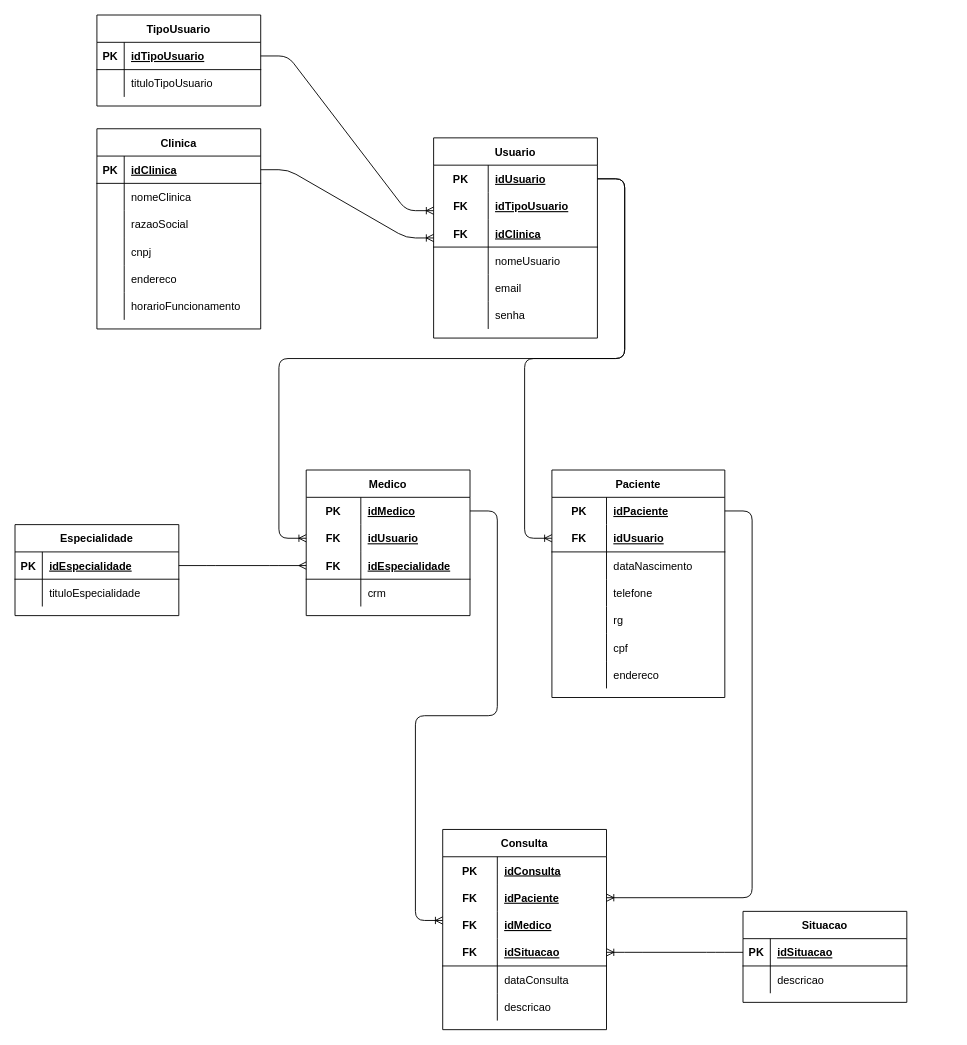
The draw.io diagram page "LÓGICO" (2 of 2) of Banco de Dados/Modelagem/SP-Medical-Group.drawio in Anny-Pereira/Projeto_SP_Medical_Group, before the edit. Source tidied: cells renumbered, new cells numbered last; positions are measured from the earlier drawing's top-left corner, leaving out a move shared by most shapes. Both pictures are drawn from the tidied source at 91%, with x=0, y=0 at pixel (15, 15).
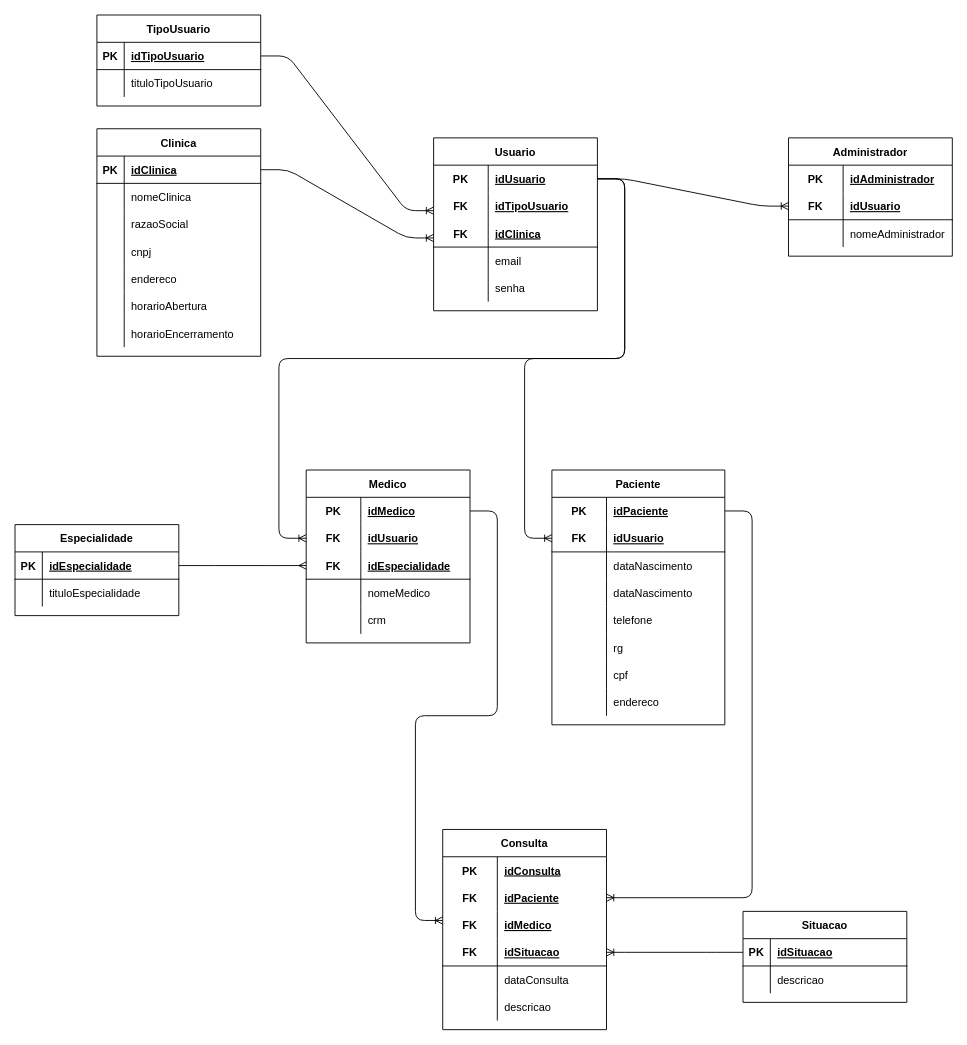
The same diagram, later.

The change refers to these unchanged cells:
```xml
<mxCell id="24" style="shape=partialRectangle;fillColor=none;top=0;left=0;bottom=0;right=0;points=[[0,0.5],[1,0.5]];portConstraint=eastwest;" parent="23" vertex="1">
  <mxGeometry y="30" width="180" height="30" as="geometry" />
</mxCell>
<mxCell id="58" style="shape=partialRectangle;fillColor=none;top=0;left=0;bottom=0;right=0;" parent="42" vertex="1">
  <mxGeometry y="180" width="180" height="30" as="geometry" />
</mxCell>
<mxCell id="93" style="shape=partialRectangle;fillColor=none;top=0;left=0;bottom=0;right=0;" parent="83" vertex="1">
  <mxGeometry y="120" width="180" height="30" as="geometry" />
</mxCell>
```

The edit, as a diff of the source:
```diff
@@
     <mxCell id="23" value="Usuario" style="shape=table;startSize=30;childLayout=tableLayout;rowLines=0;fontStyle=1;align=center;" parent="1" vertex="1">
-      <mxGeometry x="460" y="135" width="180" height="220" as="geometry" />
+      <mxGeometry x="460" y="135" width="180" height="190" as="geometry" />
     </mxCell>
@@
-    <mxCell id="33" style="shape=partialRectangle;fillColor=none;top=0;left=0;bottom=0;right=0;" parent="23" vertex="1">
-      <mxGeometry y="120" width="180" height="30" as="geometry" />
-    </mxCell>
-    <mxCell id="34" style="shape=partialRectangle;fillColor=none;top=0;left=0;bottom=0;right=0;overflow=hidden;" parent="33" vertex="1">
-      <mxGeometry width="60" height="30" as="geometry" />
-    </mxCell>
-    <mxCell id="35" value="nomeUsuario" style="shape=partialRectangle;fillColor=none;top=0;left=0;bottom=0;right=0;align=left;spacingLeft=6;overflow=hidden;" parent="33" vertex="1">
-      <mxGeometry x="60" width="120" height="30" as="geometry" />
-    </mxCell>
     <mxCell id="36" style="shape=partialRectangle;fillColor=none;top=0;left=0;bottom=0;right=0;" parent="23" vertex="1">
-      <mxGeometry y="150" width="180" height="30" as="geometry" />
+      <mxGeometry y="120" width="180" height="30" as="geometry" />
     </mxCell>
@@
     <mxCell id="39" style="shape=partialRectangle;fillColor=none;top=0;left=0;bottom=0;right=0;" parent="23" vertex="1">
-      <mxGeometry y="180" width="180" height="30" as="geometry" />
+      <mxGeometry y="150" width="180" height="30" as="geometry" />
     </mxCell>
@@
     <mxCell id="42" value="Clinica" style="shape=table;startSize=30;childLayout=tableLayout;rowLines=0;fontStyle=1;align=center;" parent="1" vertex="1">
-      <mxGeometry x="90" y="125" width="180" height="220" as="geometry" />
+      <mxGeometry x="90" y="125" width="180" height="250" as="geometry" />
     </mxCell>
@@
-    <mxCell id="60" value="horarioFuncionamento" style="shape=partialRectangle;fillColor=none;top=0;left=0;bottom=0;right=0;align=left;spacingLeft=6;overflow=hidden;" parent="58" vertex="1">
+    <mxCell id="60" value="horarioAbertura" style="shape=partialRectangle;fillColor=none;top=0;left=0;bottom=0;right=0;align=left;spacingLeft=6;overflow=hidden;" parent="58" vertex="1">
       <mxGeometry x="30" width="150" height="30" as="geometry" />
     </mxCell>
+    <mxCell id="123" style="shape=partialRectangle;fillColor=none;top=0;left=0;bottom=0;right=0;" parent="42" vertex="1">
+      <mxGeometry y="210" width="180" height="30" as="geometry" />
+    </mxCell>
+    <mxCell id="124" style="shape=partialRectangle;fillColor=none;top=0;left=0;bottom=0;right=0;overflow=hidden;" parent="123" vertex="1">
+      <mxGeometry width="30" height="30" as="geometry" />
+    </mxCell>
+    <mxCell id="125" value="horarioEncerramento" style="shape=partialRectangle;fillColor=none;top=0;left=0;bottom=0;right=0;align=left;spacingLeft=6;overflow=hidden;" parent="123" vertex="1">
+      <mxGeometry x="30" width="150" height="30" as="geometry" />
+    </mxCell>
     <mxCell id="61" value="Paciente" style="shape=table;startSize=30;childLayout=tableLayout;rowLines=0;fontStyle=1;align=center;" parent="1" vertex="1">
-      <mxGeometry x="590" y="500" width="190" height="250" as="geometry" />
+      <mxGeometry x="590" y="500" width="190" height="280" as="geometry" />
     </mxCell>
@@
+    <mxCell id="126" style="shape=partialRectangle;fillColor=none;top=0;left=0;bottom=0;right=0;" parent="61" vertex="1">
+      <mxGeometry y="120" width="190" height="30" as="geometry" />
+    </mxCell>
+    <mxCell id="127" style="shape=partialRectangle;fillColor=none;top=0;left=0;bottom=0;right=0;overflow=hidden;" parent="126" vertex="1">
+      <mxGeometry width="60" height="30" as="geometry" />
+    </mxCell>
+    <mxCell id="128" value="dataNascimento" style="shape=partialRectangle;fillColor=none;top=0;left=0;bottom=0;right=0;align=left;spacingLeft=6;overflow=hidden;" parent="126" vertex="1">
+      <mxGeometry x="60" width="130" height="30" as="geometry" />
+    </mxCell>
     <mxCell id="71" style="shape=partialRectangle;fillColor=none;top=0;left=0;bottom=0;right=0;" parent="61" vertex="1">
-      <mxGeometry y="120" width="190" height="30" as="geometry" />
+      <mxGeometry y="150" width="190" height="30" as="geometry" />
     </mxCell>
@@
     <mxCell id="74" style="shape=partialRectangle;fillColor=none;top=0;left=0;bottom=0;right=0;" parent="61" vertex="1">
-      <mxGeometry y="150" width="190" height="30" as="geometry" />
+      <mxGeometry y="180" width="190" height="30" as="geometry" />
     </mxCell>
@@
     <mxCell id="77" style="shape=partialRectangle;fillColor=none;top=0;left=0;bottom=0;right=0;" parent="61" vertex="1">
-      <mxGeometry y="180" width="190" height="30" as="geometry" />
+      <mxGeometry y="210" width="190" height="30" as="geometry" />
     </mxCell>
@@
     <mxCell id="80" style="shape=partialRectangle;fillColor=none;top=0;left=0;bottom=0;right=0;" parent="61" vertex="1">
-      <mxGeometry y="210" width="190" height="30" as="geometry" />
+      <mxGeometry y="240" width="190" height="30" as="geometry" />
     </mxCell>
@@
     <mxCell id="83" value="Medico" style="shape=table;startSize=30;childLayout=tableLayout;rowLines=0;fontStyle=1;align=center;" parent="1" vertex="1">
-      <mxGeometry x="320" y="500" width="180" height="160" as="geometry" />
+      <mxGeometry x="320" y="500" width="180" height="190" as="geometry" />
     </mxCell>
@@
-    <mxCell id="95" value="crm" style="shape=partialRectangle;fillColor=none;top=0;left=0;bottom=0;right=0;align=left;spacingLeft=6;overflow=hidden;" parent="93" vertex="1">
+    <mxCell id="95" value="nomeMedico" style="shape=partialRectangle;fillColor=none;top=0;left=0;bottom=0;right=0;align=left;spacingLeft=6;overflow=hidden;" parent="93" vertex="1">
       <mxGeometry x="60" width="120" height="30" as="geometry" />
     </mxCell>
+    <mxCell id="129" style="shape=partialRectangle;fillColor=none;top=0;left=0;bottom=0;right=0;" parent="83" vertex="1">
+      <mxGeometry y="150" width="180" height="30" as="geometry" />
+    </mxCell>
+    <mxCell id="130" style="shape=partialRectangle;fillColor=none;top=0;left=0;bottom=0;right=0;overflow=hidden;" parent="129" vertex="1">
+      <mxGeometry width="60" height="30" as="geometry" />
+    </mxCell>
+    <mxCell id="131" value="crm" style="shape=partialRectangle;fillColor=none;top=0;left=0;bottom=0;right=0;align=left;spacingLeft=6;overflow=hidden;" parent="129" vertex="1">
+      <mxGeometry x="60" width="120" height="30" as="geometry" />
+    </mxCell>
@@
+    <mxCell id="132" value="Administrador" style="shape=table;startSize=30;childLayout=tableLayout;rowLines=0;fontStyle=1;align=center;" parent="1" vertex="1">
+      <mxGeometry x="850" y="135" width="180" height="130" as="geometry" />
+    </mxCell>
+    <mxCell id="133" style="shape=partialRectangle;fillColor=none;top=0;left=0;bottom=0;right=0;" parent="132" vertex="1">
+      <mxGeometry y="30" width="180" height="30" as="geometry" />
+    </mxCell>
+    <mxCell id="134" value="PK" style="shape=partialRectangle;fillColor=none;top=0;left=0;bottom=0;right=0;fontStyle=1;overflow=hidden;" parent="133" vertex="1">
+      <mxGeometry width="60" height="30" as="geometry" />
+    </mxCell>
+    <mxCell id="135" value="idAdministrador" style="shape=partialRectangle;fillColor=none;top=0;left=0;bottom=0;right=0;align=left;spacingLeft=6;fontStyle=5;overflow=hidden;" parent="133" vertex="1">
+      <mxGeometry x="60" width="120" height="30" as="geometry" />
+    </mxCell>
+    <mxCell id="136" style="shape=partialRectangle;fillColor=none;top=0;left=0;bottom=1;right=0;points=[[0,0.5],[1,0.5]];portConstraint=eastwest;" parent="132" vertex="1">
+      <mxGeometry y="60" width="180" height="30" as="geometry" />
+    </mxCell>
+    <mxCell id="137" value="FK" style="shape=partialRectangle;fillColor=none;top=0;left=0;bottom=0;right=0;fontStyle=1;overflow=hidden;" parent="136" vertex="1">
+      <mxGeometry width="60" height="30" as="geometry" />
+    </mxCell>
+    <mxCell id="138" value="idUsuario" style="shape=partialRectangle;fillColor=none;top=0;left=0;bottom=0;right=0;align=left;spacingLeft=6;fontStyle=5;overflow=hidden;" parent="136" vertex="1">
+      <mxGeometry x="60" width="120" height="30" as="geometry" />
+    </mxCell>
+    <mxCell id="139" style="shape=partialRectangle;fillColor=none;top=0;left=0;bottom=0;right=0;" parent="132" vertex="1">
+      <mxGeometry y="90" width="180" height="30" as="geometry" />
+    </mxCell>
+    <mxCell id="140" style="shape=partialRectangle;fillColor=none;top=0;left=0;bottom=0;right=0;overflow=hidden;" parent="139" vertex="1">
+      <mxGeometry width="60" height="30" as="geometry" />
+    </mxCell>
+    <mxCell id="141" value="nomeAdministrador" style="shape=partialRectangle;fillColor=none;top=0;left=0;bottom=0;right=0;align=left;spacingLeft=6;overflow=hidden;" parent="139" vertex="1">
+      <mxGeometry x="60" width="120" height="30" as="geometry" />
+    </mxCell>
+    <mxCell id="142" style="edgeStyle=entityRelationEdgeStyle;fontSize=12;html=1;endArrow=ERoneToMany;entryX=0;entryY=0.5;entryDx=0;entryDy=0;exitX=1;exitY=0.5;exitDx=0;exitDy=0;" parent="1" edge="1" source="24" target="136">
+      <mxGeometry relative="1" as="geometry" />
+    </mxCell>
```
